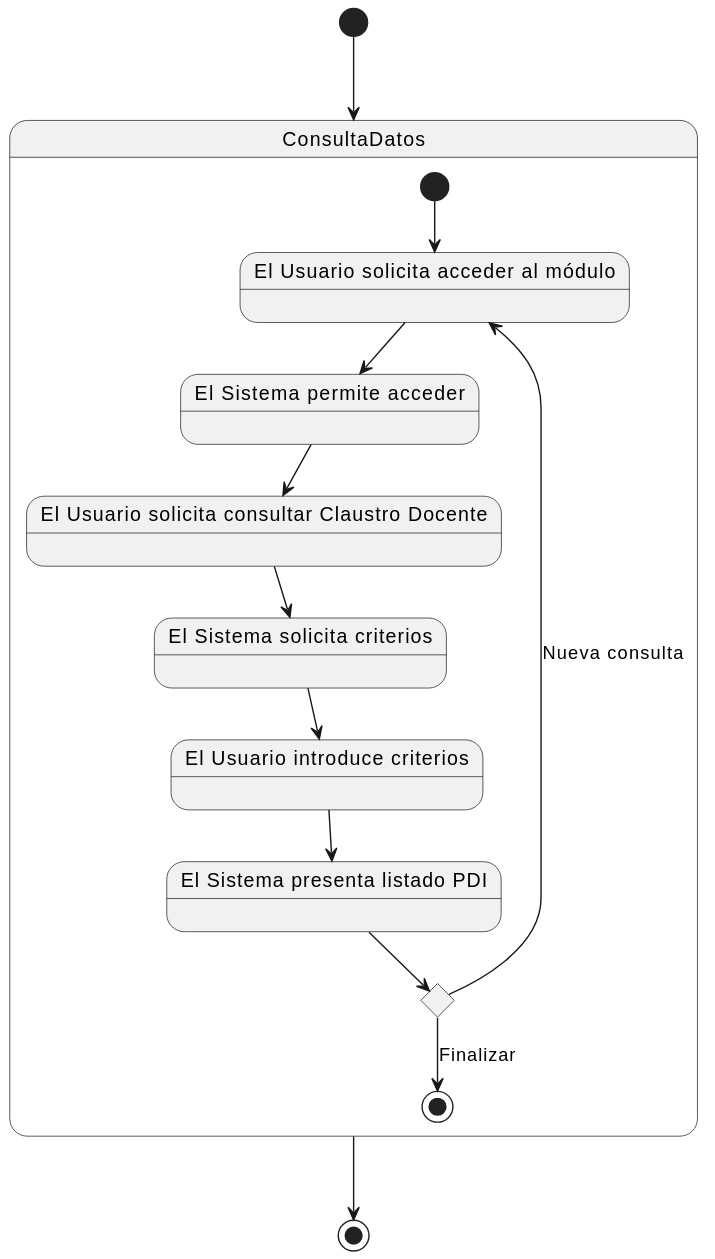
Above: images/modelosUML/CdU/DetallarCasosDeUso/Conjunto/ConsultarClaustroDocente.svg in mmasias/24-25-IdSw1-SDR (PlantUML), before the change.
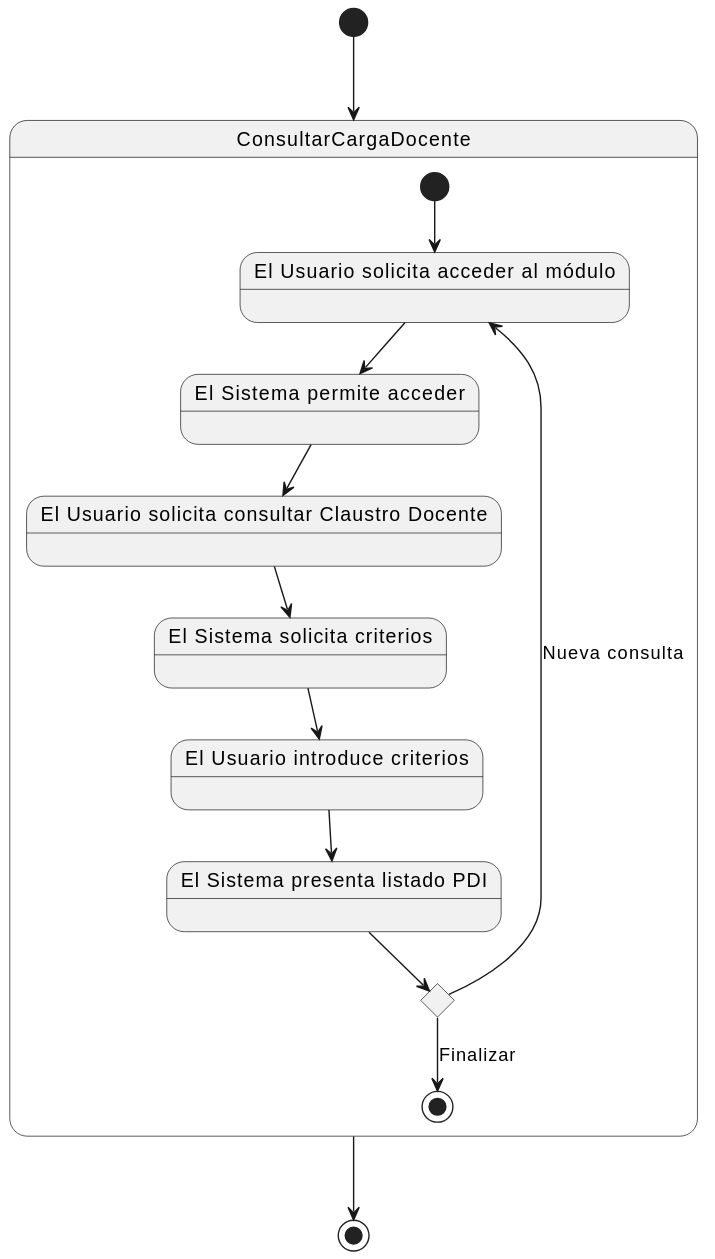
Later version of the same file.

Diff of the diagram source:
```diff
@@ -1,7 +1,7 @@
 @startuml
-[*] --> ConsultaDatos
+[*] --> ConsultarCargaDocente
 
-    state ConsultaDatos {
+    state ConsultarCargaDocente {
         [*] --> Estado1
 
         state "El Usuario solicita acceder al módulo" as Estado1
@@ -24,5 +24,5 @@
         choice --> [*]: Finalizar
     }
 
-    ConsultaDatos --> [*]
+    ConsultarCargaDocente --> [*]
 @enduml
```
